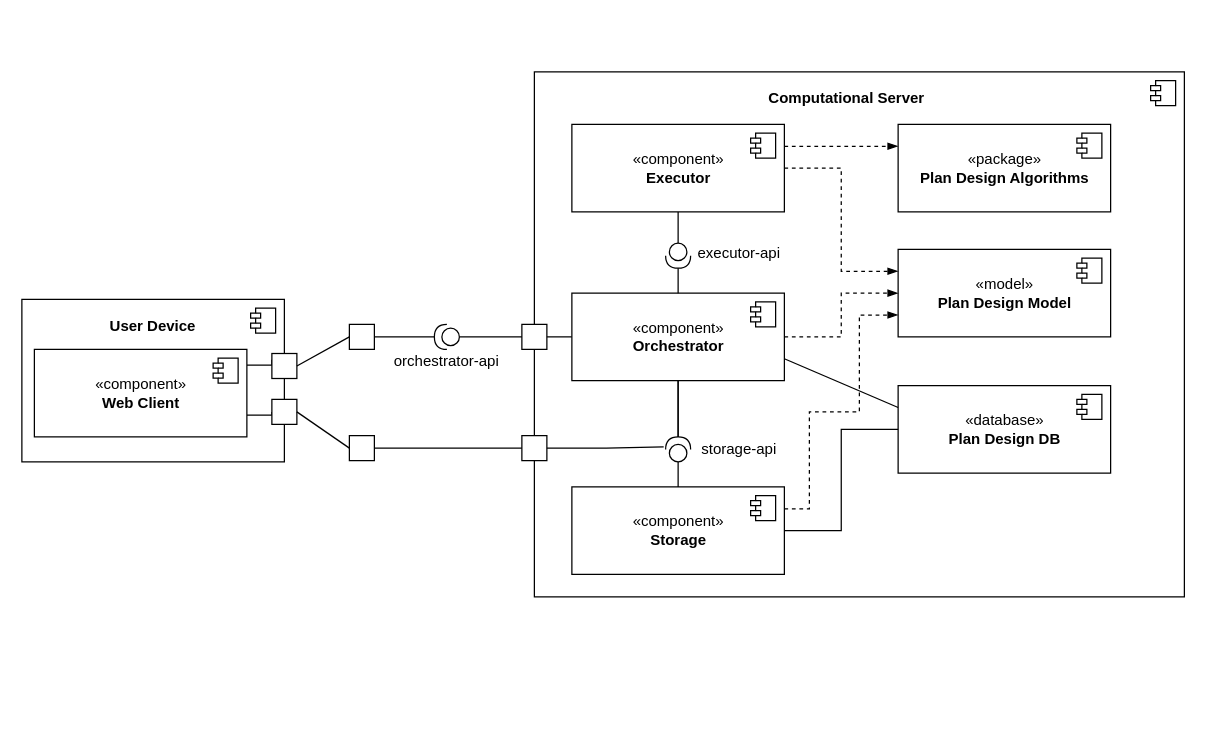
Above: master/sources/diploma/architecture/diagrams/common/component.drawio in stalker-fc/diploma (draw.io), before the change. Source tidied: cells renumbered, new cells numbered last; positions are measured from the earlier drawing's top-left corner, leaving out a move shared by most shapes. Both pictures are drawn from the tidied source at 125%, with x=0, y=0 at pixel (21, 21).
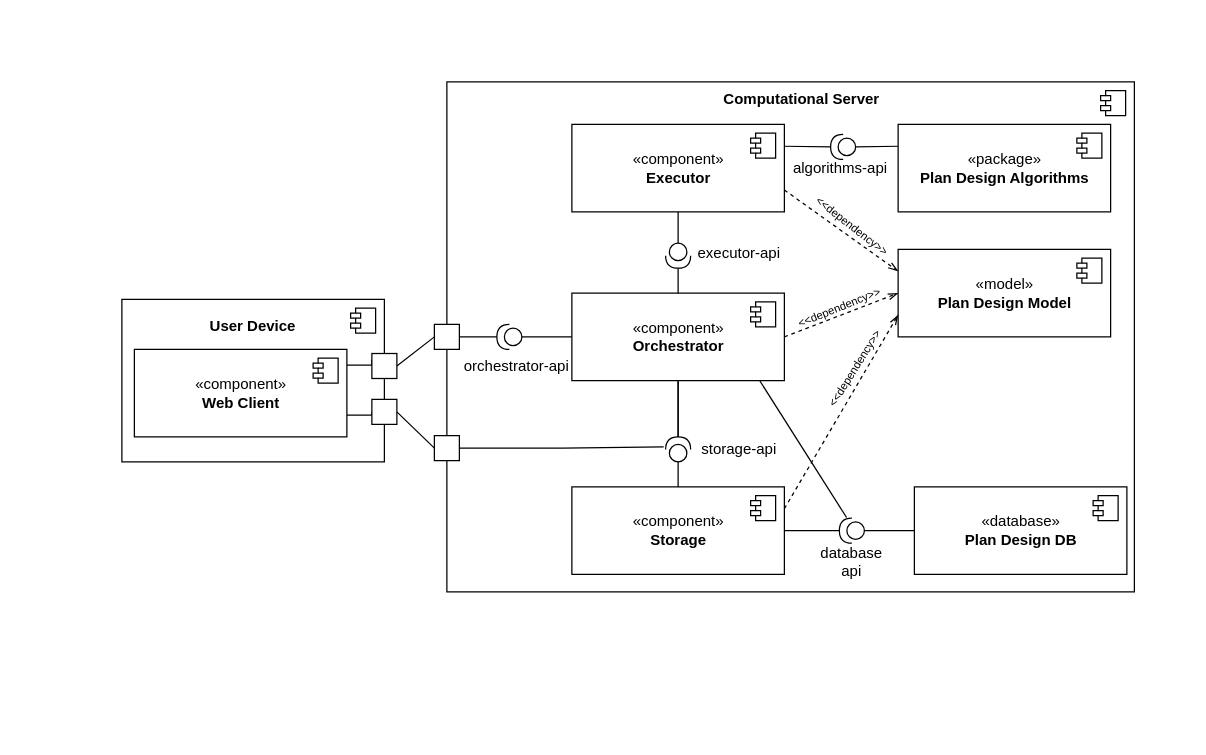
After the change.

Commit message (it also covers changes not shown here):
update common component diagram

The change refers to these unchanged cells:
```xml
<mxCell id="29" style="whiteSpace=wrap;html=1;" parent="21" vertex="1">
  <mxGeometry x="200" y="43.3" width="20" height="20" as="geometry" />
</mxCell>
<mxCell id="30" style="whiteSpace=wrap;html=1;" parent="21" vertex="1">
  <mxGeometry x="200" y="80" width="20" height="20" as="geometry" />
</mxCell>
<mxCell id="34" value="«component»&lt;br&gt;&lt;b&gt;Executor&lt;/b&gt;" style="html=1;" parent="1" vertex="1">
  <mxGeometry x="440" y="82" width="170" height="70" as="geometry" />
</mxCell>
<mxCell id="39" value="«component»&lt;br&gt;&lt;b&gt;Orchestrator&lt;/b&gt;" style="html=1;" parent="1" vertex="1">
  <mxGeometry x="440" y="217" width="170" height="70" as="geometry" />
</mxCell>
<mxCell id="52" value="«package»&lt;br&gt;&lt;b&gt;Plan Design Algorithms&lt;/b&gt;" style="html=1;" parent="1" vertex="1">
  <mxGeometry x="701" y="82" width="170" height="70" as="geometry" />
</mxCell>
```

The edit, as a diff of the source:
```diff
@@
-    <mxCell id="2" style="group;" parent="1" vertex="1">
-      <mxGeometry x="390" y="40" width="540" height="530" as="geometry" />
-    </mxCell>
-    <mxCell id="3" style="html=1;" parent="2" vertex="1">
-      <mxGeometry x="20" width="520" height="420" as="geometry" />
+    <mxCell id="3" style="html=1;" parent="1" vertex="1">
+      <mxGeometry x="340" y="48" width="550" height="408" as="geometry" />
     </mxCell>
@@
-    <mxCell id="5" value="&lt;b&gt;Computational Server&lt;/b&gt;" style="text;html=1;strokeColor=none;fillColor=none;align=center;verticalAlign=middle;whiteSpace=wrap;rounded=0;" parent="2" vertex="1">
-      <mxGeometry x="162" y="-40" width="216" height="122.3" as="geometry" />
-    </mxCell>
-    <mxCell id="6" value="storage-api" style="text;html=1;strokeColor=none;fillColor=none;align=center;verticalAlign=middle;whiteSpace=wrap;rounded=0;" parent="2" vertex="1">
-      <mxGeometry x="134" y="287" width="100" height="30" as="geometry" />
-    </mxCell>
-    <mxCell id="7" value="executor-api" style="text;html=1;strokeColor=none;fillColor=none;align=center;verticalAlign=middle;whiteSpace=wrap;rounded=0;" parent="2" vertex="1">
-      <mxGeometry x="134" y="130" width="100" height="30" as="geometry" />
-    </mxCell>
-    <mxCell id="8" style="whiteSpace=wrap;html=1;" parent="2" vertex="1">
-      <mxGeometry x="10" y="291" width="20" height="20" as="geometry" />
-    </mxCell>
-    <mxCell id="9" style="whiteSpace=wrap;html=1;" parent="2" vertex="1">
-      <mxGeometry x="10" y="202" width="20" height="20" as="geometry" />
-    </mxCell>
-    <mxCell id="10" value="«database»&lt;br&gt;&lt;b&gt;Plan Design DB&lt;/b&gt;" style="html=1;" parent="2" vertex="1">
-      <mxGeometry x="311" y="251" width="170" height="70" as="geometry" />
-    </mxCell>
-    <mxCell id="11" style="shape=module;jettyWidth=8;jettyHeight=4;" parent="10" vertex="1">
-      <mxGeometry x="1" width="20" height="20" relative="1" as="geometry">
-        <mxPoint x="-27" y="7" as="offset" />
-      </mxGeometry>
-    </mxCell>
-    <mxCell id="12" value="«model»&lt;br&gt;&lt;b&gt;Plan Design Model&lt;/b&gt;" style="html=1;" parent="2" vertex="1">
-      <mxGeometry x="311" y="142" width="170" height="70" as="geometry" />
-    </mxCell>
-    <mxCell id="13" style="shape=module;jettyWidth=8;jettyHeight=4;" parent="12" vertex="1">
-      <mxGeometry x="1" width="20" height="20" relative="1" as="geometry">
-        <mxPoint x="-27" y="7" as="offset" />
-      </mxGeometry>
-    </mxCell>
-    <mxCell id="14" style="shape=providedRequiredInterface;html=1;verticalLabelPosition=bottom;sketch=0;direction=north;" parent="2" vertex="1">
-      <mxGeometry x="125" y="292" width="20" height="20" as="geometry" />
-    </mxCell>
-    <mxCell id="15" style="edgeStyle=orthogonalEdgeStyle;rounded=0;jettySize=auto;html=1;exitX=1;exitY=0.5;exitDx=0;exitDy=0;entryX=0.596;entryY=-0.078;entryDx=0;entryDy=0;entryPerimeter=0;endArrow=none;endFill=0;" parent="2" edge="1" source="8" target="14">
-      <mxGeometry relative="1" as="geometry" />
-    </mxCell>
-    <mxCell id="16" style="edgeStyle=orthogonalEdgeStyle;rounded=0;jettySize=auto;html=1;exitX=1;exitY=0.25;exitDx=0;exitDy=0;entryX=0;entryY=0.75;entryDx=0;entryDy=0;endArrow=blockThin;endFill=1;dashed=1;" parent="2" edge="1" source="17" target="12">
-      <mxGeometry relative="1" as="geometry">
-        <Array as="points">
-          <mxPoint x="240" y="350" />
-          <mxPoint x="240" y="272" />
-          <mxPoint x="280" y="272" />
-          <mxPoint x="280" y="194" />
-        </Array>
-      </mxGeometry>
-    </mxCell>
-    <mxCell id="17" value="«component»&lt;br&gt;&lt;b&gt;Storage&lt;/b&gt;" style="html=1;" parent="2" vertex="1">
-      <mxGeometry x="50" y="332" width="170" height="70" as="geometry" />
-    </mxCell>
-    <mxCell id="18" style="shape=module;jettyWidth=8;jettyHeight=4;" parent="17" vertex="1">
-      <mxGeometry x="1" width="20" height="20" relative="1" as="geometry">
-        <mxPoint x="-27" y="7" as="offset" />
-      </mxGeometry>
-    </mxCell>
-    <mxCell id="19" style="edgeStyle=orthogonalEdgeStyle;rounded=0;jettySize=auto;html=1;exitX=1;exitY=0.5;exitDx=0;exitDy=0;entryX=0;entryY=0.5;entryDx=0;entryDy=0;endArrow=none;endFill=0;" parent="2" edge="1" source="17" target="10">
-      <mxGeometry relative="1" as="geometry" />
-    </mxCell>
-    <mxCell id="20" style="edgeStyle=orthogonalEdgeStyle;rounded=0;jettySize=auto;html=1;endArrow=none;endFill=0;exitX=0;exitY=0.5;exitDx=0;exitDy=0;exitPerimeter=0;" parent="2" edge="1" source="14" target="17">
-      <mxGeometry relative="1" as="geometry" />
-    </mxCell>
     <mxCell id="21" style="group;" parent="1" vertex="1">
-      <mxGeometry y="222" width="220" height="130" as="geometry" />
+      <mxGeometry x="80" y="222" width="220" height="130" as="geometry" />
     </mxCell>
@@
-    <mxCell id="32" style="edgeStyle=orthogonalEdgeStyle;rounded=0;jettySize=auto;html=1;exitX=1;exitY=0.5;exitDx=0;exitDy=0;entryX=0;entryY=0.25;entryDx=0;entryDy=0;endArrow=blockThin;endFill=1;dashed=1;" parent="1" edge="1" source="34" target="12">
+    <mxCell id="32" style="rounded=0;jettySize=auto;html=1;exitX=1;exitY=0.75;exitDx=0;exitDy=0;entryX=0;entryY=0.25;entryDx=0;entryDy=0;endArrow=openThin;endFill=0;dashed=1;" parent="1" edge="1" source="34" target="12">
       <mxGeometry relative="1" as="geometry" />
     </mxCell>
-    <mxCell id="33" style="edgeStyle=orthogonalEdgeStyle;rounded=0;jettySize=auto;html=1;exitX=1;exitY=0.25;exitDx=0;exitDy=0;entryX=0;entryY=0.25;entryDx=0;entryDy=0;endArrow=blockThin;endFill=1;dashed=1;" parent="1" edge="1" source="34" target="52">
-      <mxGeometry relative="1" as="geometry" />
-    </mxCell>
@@
-    <mxCell id="36" style="edgeStyle=orthogonalEdgeStyle;rounded=0;jettySize=auto;html=1;exitX=1;exitY=0.5;exitDx=0;exitDy=0;entryX=0;entryY=0.5;entryDx=0;entryDy=0;endArrow=blockThin;endFill=1;dashed=1;" parent="1" edge="1" source="39" target="12">
+    <mxCell id="36" style="rounded=0;jettySize=auto;html=1;exitX=1;exitY=0.5;exitDx=0;exitDy=0;entryX=0;entryY=0.5;entryDx=0;entryDy=0;endArrow=openThin;endFill=0;dashed=1;" parent="1" edge="1" source="39" target="12">
       <mxGeometry relative="1" as="geometry" />
     </mxCell>
-    <mxCell id="37" style="rounded=0;jettySize=auto;html=1;exitX=1;exitY=0.75;exitDx=0;exitDy=0;entryX=0;entryY=0.25;entryDx=0;entryDy=0;endArrow=none;endFill=0;" parent="1" edge="1" source="39" target="10">
-      <mxGeometry relative="1" as="geometry" />
-    </mxCell>
-    <mxCell id="38" style="edgeStyle=orthogonalEdgeStyle;rounded=0;jettySize=auto;html=1;exitX=0;exitY=0.5;exitDx=0;exitDy=0;entryX=1;entryY=0.5;entryDx=0;entryDy=0;endArrow=none;endFill=0;" parent="1" edge="1" source="39" target="9">
-      <mxGeometry relative="1" as="geometry" />
-    </mxCell>
@@
-    <mxCell id="45" style="edgeStyle=orthogonalEdgeStyle;rounded=0;jettySize=auto;html=1;exitX=1;exitY=0.5;exitDx=0;exitDy=0;exitPerimeter=0;entryX=1;entryY=0.5;entryDx=0;entryDy=0;endArrow=none;endFill=0;" parent="1" edge="1" source="47" target="49">
-      <mxGeometry relative="1" as="geometry" />
-    </mxCell>
-    <mxCell id="46" style="edgeStyle=none;rounded=0;jettySize=auto;html=1;exitX=0;exitY=0.5;exitDx=0;exitDy=0;exitPerimeter=0;entryX=0;entryY=0.5;entryDx=0;entryDy=0;endArrow=none;endFill=0;" parent="1" edge="1" source="47" target="9">
+    <mxCell id="46" style="edgeStyle=none;rounded=0;jettySize=auto;html=1;exitX=0;exitY=0.5;exitDx=0;exitDy=0;exitPerimeter=0;entryX=0;entryY=0.5;entryDx=0;entryDy=0;endArrow=none;endFill=0;" parent="1" edge="1" source="47" target="39">
       <mxGeometry relative="1" as="geometry" />
     </mxCell>
-    <mxCell id="47" style="shape=providedRequiredInterface;html=1;verticalLabelPosition=bottom;sketch=0;direction=west;" parent="1" vertex="1">
-      <mxGeometry x="330" y="242" width="20" height="20" as="geometry" />
-    </mxCell>
-    <mxCell id="48" value="orchestrator-api" style="text;html=1;strokeColor=none;fillColor=none;align=center;verticalAlign=middle;whiteSpace=wrap;rounded=0;" parent="1" vertex="1">
-      <mxGeometry x="290" y="257" width="100" height="30" as="geometry" />
-    </mxCell>
-    <mxCell id="49" style="whiteSpace=wrap;html=1;" parent="1" vertex="1">
-      <mxGeometry x="262" y="242" width="20" height="20" as="geometry" />
-    </mxCell>
-    <mxCell id="50" style="edgeStyle=orthogonalEdgeStyle;rounded=0;jettySize=auto;html=1;exitX=1;exitY=0.5;exitDx=0;exitDy=0;entryX=0;entryY=0.5;entryDx=0;entryDy=0;endArrow=none;endFill=0;" parent="1" edge="1" source="51" target="8">
-      <mxGeometry relative="1" as="geometry" />
-    </mxCell>
-    <mxCell id="51" style="whiteSpace=wrap;html=1;" parent="1" vertex="1">
-      <mxGeometry x="262" y="331" width="20" height="20" as="geometry" />
-    </mxCell>
@@
-    <mxCell id="54" style="rounded=0;jettySize=auto;html=1;exitX=1;exitY=0.5;exitDx=0;exitDy=0;entryX=0;entryY=0.5;entryDx=0;entryDy=0;endArrow=none;endFill=0;" parent="1" edge="1" source="29" target="49">
-      <mxGeometry relative="1" as="geometry" />
-    </mxCell>
-    <mxCell id="55" style="rounded=0;jettySize=auto;html=1;exitX=1;exitY=0.5;exitDx=0;exitDy=0;entryX=0;entryY=0.5;entryDx=0;entryDy=0;endArrow=none;endFill=0;" parent="1" edge="1" source="30" target="51">
+    <mxCell id="55" style="rounded=0;jettySize=auto;html=1;exitX=1;exitY=0.5;exitDx=0;exitDy=0;entryX=0;entryY=0.5;entryDx=0;entryDy=0;endArrow=none;endFill=0;" parent="1" edge="1" source="30" target="8">
       <mxGeometry relative="1" as="geometry" />
     </mxCell>
+    <mxCell id="56" style="whiteSpace=wrap;html=1;" parent="1" vertex="1">
+      <mxGeometry x="330" y="242" width="20" height="20" as="geometry" />
+    </mxCell>
+    <mxCell id="48" value="orchestrator-api" style="text;html=1;strokeColor=none;fillColor=none;align=center;verticalAlign=middle;whiteSpace=wrap;rounded=0;" parent="1" vertex="1">
+      <mxGeometry x="346" y="261" width="100" height="30" as="geometry" />
+    </mxCell>
+    <mxCell id="57" style="edgeStyle=none;rounded=0;jettySize=auto;html=1;exitX=1;exitY=0.5;exitDx=0;exitDy=0;exitPerimeter=0;entryX=1;entryY=0.5;entryDx=0;entryDy=0;endArrow=none;endFill=0;" parent="1" edge="1" source="47" target="56">
+      <mxGeometry relative="1" as="geometry" />
+    </mxCell>
+    <mxCell id="58" style="edgeStyle=none;rounded=0;jettySize=auto;html=1;exitX=1;exitY=0.5;exitDx=0;exitDy=0;entryX=0;entryY=0.5;entryDx=0;entryDy=0;endArrow=none;endFill=0;" parent="1" edge="1" source="29" target="56">
+      <mxGeometry relative="1" as="geometry" />
+    </mxCell>
+    <mxCell id="8" style="whiteSpace=wrap;html=1;" parent="1" vertex="1">
+      <mxGeometry x="330" y="331" width="20" height="20" as="geometry" />
+    </mxCell>
+    <mxCell id="15" style="edgeStyle=orthogonalEdgeStyle;rounded=0;jettySize=auto;html=1;exitX=1;exitY=0.5;exitDx=0;exitDy=0;entryX=0.596;entryY=-0.078;entryDx=0;entryDy=0;entryPerimeter=0;endArrow=none;endFill=0;" parent="1" edge="1" source="8" target="14">
+      <mxGeometry relative="1" as="geometry" />
+    </mxCell>
+    <mxCell id="5" value="&lt;b&gt;Computational Server&lt;/b&gt;" style="text;html=1;strokeColor=none;fillColor=none;align=center;verticalAlign=middle;whiteSpace=wrap;rounded=0;" parent="1" vertex="1">
+      <mxGeometry x="560" y="42" width="128" height="40" as="geometry" />
+    </mxCell>
+    <mxCell id="6" value="storage-api" style="text;html=1;strokeColor=none;fillColor=none;align=center;verticalAlign=middle;whiteSpace=wrap;rounded=0;" parent="1" vertex="1">
+      <mxGeometry x="524" y="327" width="100" height="30" as="geometry" />
+    </mxCell>
+    <mxCell id="7" value="executor-api" style="text;html=1;strokeColor=none;fillColor=none;align=center;verticalAlign=middle;whiteSpace=wrap;rounded=0;" parent="1" vertex="1">
+      <mxGeometry x="524" y="170" width="100" height="30" as="geometry" />
+    </mxCell>
+    <mxCell id="59" style="edgeStyle=none;rounded=0;jettySize=auto;html=1;exitX=0;exitY=0.5;exitDx=0;exitDy=0;entryX=0;entryY=0.5;entryDx=0;entryDy=0;entryPerimeter=0;endArrow=none;endFill=0;" parent="1" edge="1" source="10" target="62">
+      <mxGeometry relative="1" as="geometry" />
+    </mxCell>
+    <mxCell id="10" value="«database»&lt;br&gt;&lt;b&gt;Plan Design DB&lt;/b&gt;" style="html=1;" parent="1" vertex="1">
+      <mxGeometry x="714" y="372" width="170" height="70" as="geometry" />
+    </mxCell>
+    <mxCell id="11" style="shape=module;jettyWidth=8;jettyHeight=4;" parent="10" vertex="1">
+      <mxGeometry x="1" width="20" height="20" relative="1" as="geometry">
+        <mxPoint x="-27" y="7" as="offset" />
+      </mxGeometry>
+    </mxCell>
+    <mxCell id="12" value="«model»&lt;br&gt;&lt;b&gt;Plan Design Model&lt;/b&gt;" style="html=1;" parent="1" vertex="1">
+      <mxGeometry x="701" y="182" width="170" height="70" as="geometry" />
+    </mxCell>
+    <mxCell id="13" style="shape=module;jettyWidth=8;jettyHeight=4;" parent="12" vertex="1">
+      <mxGeometry x="1" width="20" height="20" relative="1" as="geometry">
+        <mxPoint x="-27" y="7" as="offset" />
+      </mxGeometry>
+    </mxCell>
+    <mxCell id="14" style="shape=providedRequiredInterface;html=1;verticalLabelPosition=bottom;sketch=0;direction=north;" parent="1" vertex="1">
+      <mxGeometry x="515" y="332" width="20" height="20" as="geometry" />
+    </mxCell>
+    <mxCell id="16" style="rounded=0;jettySize=auto;html=1;exitX=1;exitY=0.25;exitDx=0;exitDy=0;entryX=0;entryY=0.75;entryDx=0;entryDy=0;endArrow=openThin;endFill=0;dashed=1;" parent="1" edge="1" source="17" target="12">
+      <mxGeometry relative="1" as="geometry" />
+    </mxCell>
+    <mxCell id="60" style="edgeStyle=none;rounded=0;jettySize=auto;html=1;exitX=1;exitY=0.5;exitDx=0;exitDy=0;entryX=1;entryY=0.5;entryDx=0;entryDy=0;entryPerimeter=0;endArrow=none;endFill=0;" parent="1" edge="1" source="17" target="62">
+      <mxGeometry relative="1" as="geometry" />
+    </mxCell>
+    <mxCell id="17" value="«component»&lt;br&gt;&lt;b&gt;Storage&lt;/b&gt;" style="html=1;" parent="1" vertex="1">
+      <mxGeometry x="440" y="372" width="170" height="70" as="geometry" />
+    </mxCell>
+    <mxCell id="18" style="shape=module;jettyWidth=8;jettyHeight=4;" parent="17" vertex="1">
+      <mxGeometry x="1" width="20" height="20" relative="1" as="geometry">
+        <mxPoint x="-27" y="7" as="offset" />
+      </mxGeometry>
+    </mxCell>
+    <mxCell id="20" style="edgeStyle=orthogonalEdgeStyle;rounded=0;jettySize=auto;html=1;endArrow=none;endFill=0;exitX=0;exitY=0.5;exitDx=0;exitDy=0;exitPerimeter=0;" parent="1" edge="1" source="14" target="17">
+      <mxGeometry relative="1" as="geometry" />
+    </mxCell>
+    <mxCell id="47" style="shape=providedRequiredInterface;html=1;verticalLabelPosition=bottom;sketch=0;direction=west;" parent="1" vertex="1">
+      <mxGeometry x="380" y="242" width="20" height="20" as="geometry" />
+    </mxCell>
+    <mxCell id="61" style="edgeStyle=none;rounded=0;jettySize=auto;html=1;exitX=0.712;exitY=1.024;exitDx=0;exitDy=0;exitPerimeter=0;entryX=0.885;entryY=1.004;entryDx=0;entryDy=0;endArrow=none;endFill=0;entryPerimeter=0;" parent="1" edge="1" source="62" target="39">
+      <mxGeometry relative="1" as="geometry" />
+    </mxCell>
+    <mxCell id="62" style="shape=providedRequiredInterface;html=1;verticalLabelPosition=bottom;sketch=0;direction=west;" parent="1" vertex="1">
+      <mxGeometry x="654" y="397" width="20" height="20" as="geometry" />
+    </mxCell>
+    <mxCell id="63" value="database&lt;br&gt;api" style="text;html=1;strokeColor=none;fillColor=none;align=center;verticalAlign=middle;whiteSpace=wrap;rounded=0;" parent="1" vertex="1">
+      <mxGeometry x="624" y="422" width="80" height="20" as="geometry" />
+    </mxCell>
+    <mxCell id="64" style="edgeStyle=none;rounded=0;jettySize=auto;html=1;exitX=0;exitY=0.5;exitDx=0;exitDy=0;exitPerimeter=0;entryX=0;entryY=0.25;entryDx=0;entryDy=0;endArrow=none;endFill=0;" parent="1" edge="1" source="66" target="52">
+      <mxGeometry relative="1" as="geometry" />
+    </mxCell>
+    <mxCell id="65" style="edgeStyle=none;rounded=0;jettySize=auto;html=1;exitX=1;exitY=0.5;exitDx=0;exitDy=0;exitPerimeter=0;entryX=1;entryY=0.25;entryDx=0;entryDy=0;endArrow=none;endFill=0;" parent="1" edge="1" source="66" target="34">
+      <mxGeometry relative="1" as="geometry" />
+    </mxCell>
+    <mxCell id="66" style="shape=providedRequiredInterface;html=1;verticalLabelPosition=bottom;sketch=0;direction=west;" parent="1" vertex="1">
+      <mxGeometry x="647" y="90" width="20" height="20" as="geometry" />
+    </mxCell>
+    <mxCell id="67" value="algorithms-api" style="text;html=1;strokeColor=none;fillColor=none;align=center;verticalAlign=middle;whiteSpace=wrap;rounded=0;" parent="1" vertex="1">
+      <mxGeometry x="605" y="102" width="100" height="30" as="geometry" />
+    </mxCell>
+    <mxCell id="68" value="&lt;font style=&quot;font-size: 9px&quot;&gt;&amp;lt;&amp;lt;dependency&amp;gt;&amp;gt;&lt;/font&gt;" style="text;html=1;strokeColor=none;fillColor=none;align=center;verticalAlign=middle;whiteSpace=wrap;rounded=0;rotation=38;" parent="1" vertex="1">
+      <mxGeometry x="635" y="148" width="60" height="30" as="geometry" />
+    </mxCell>
+    <mxCell id="69" value="&lt;font style=&quot;font-size: 9px&quot;&gt;&amp;lt;&amp;lt;dependency&amp;gt;&amp;gt;&lt;/font&gt;" style="text;html=1;strokeColor=none;fillColor=none;align=center;verticalAlign=middle;whiteSpace=wrap;rounded=0;rotation=338;" parent="1" vertex="1">
+      <mxGeometry x="624" y="213" width="60" height="30" as="geometry" />
+    </mxCell>
+    <mxCell id="70" value="&lt;font style=&quot;font-size: 9px&quot;&gt;&amp;lt;&amp;lt;dependency&amp;gt;&amp;gt;&lt;/font&gt;" style="text;html=1;strokeColor=none;fillColor=none;align=center;verticalAlign=middle;whiteSpace=wrap;rounded=0;rotation=302;" parent="1" vertex="1">
+      <mxGeometry x="636" y="262" width="60" height="30" as="geometry" />
+    </mxCell>
```
